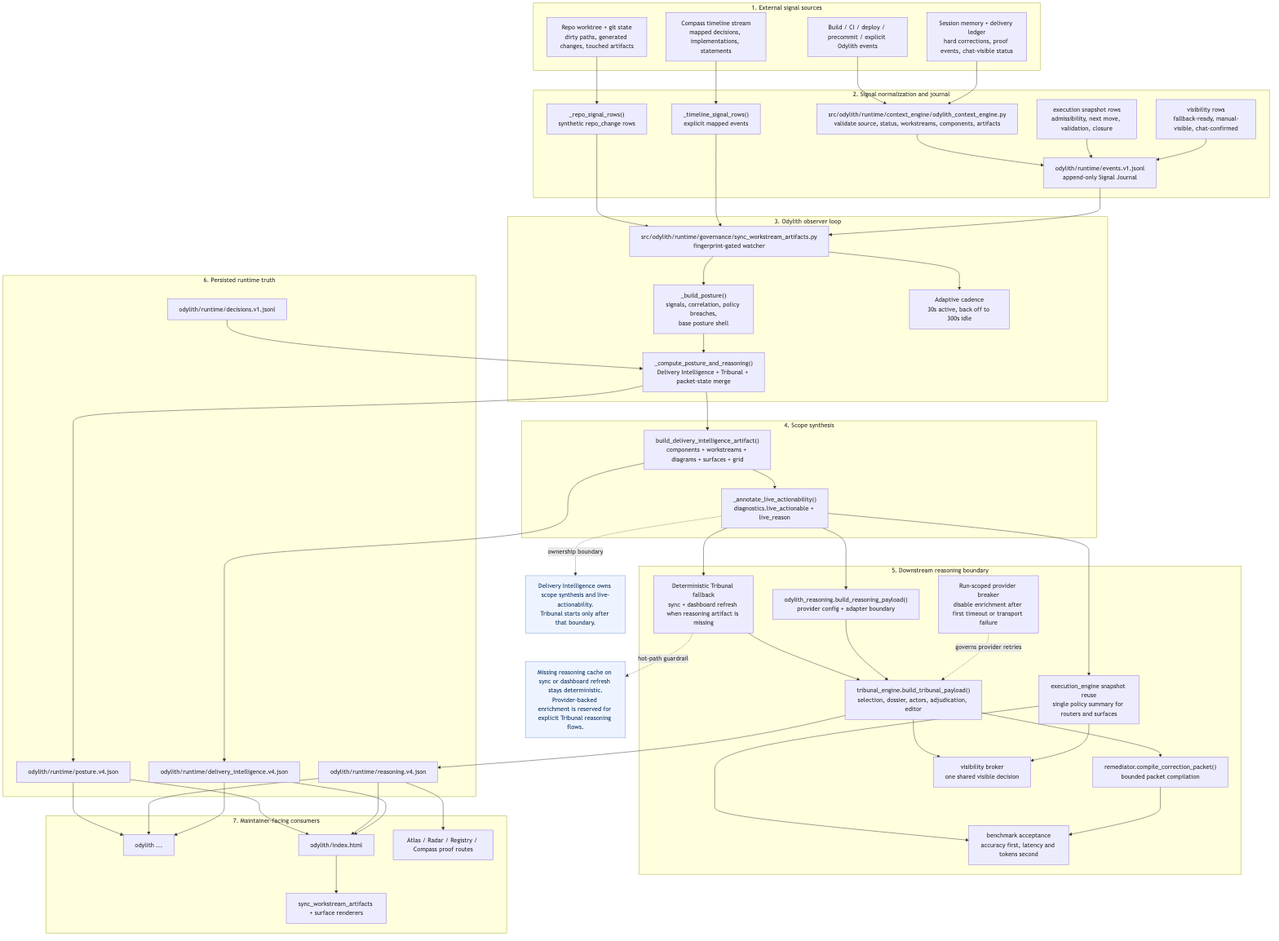
This is odylith/atlas/source/odylith-delivery-intelligence-signal-journal-and-observer-pipeline.png from odylith/odylith, a Mermaid export, as it was before one commit. Its source is kept beside it as odylith/atlas/source/odylith-delivery-intelligence-signal-journal-and-observer-pipeline.mmd.
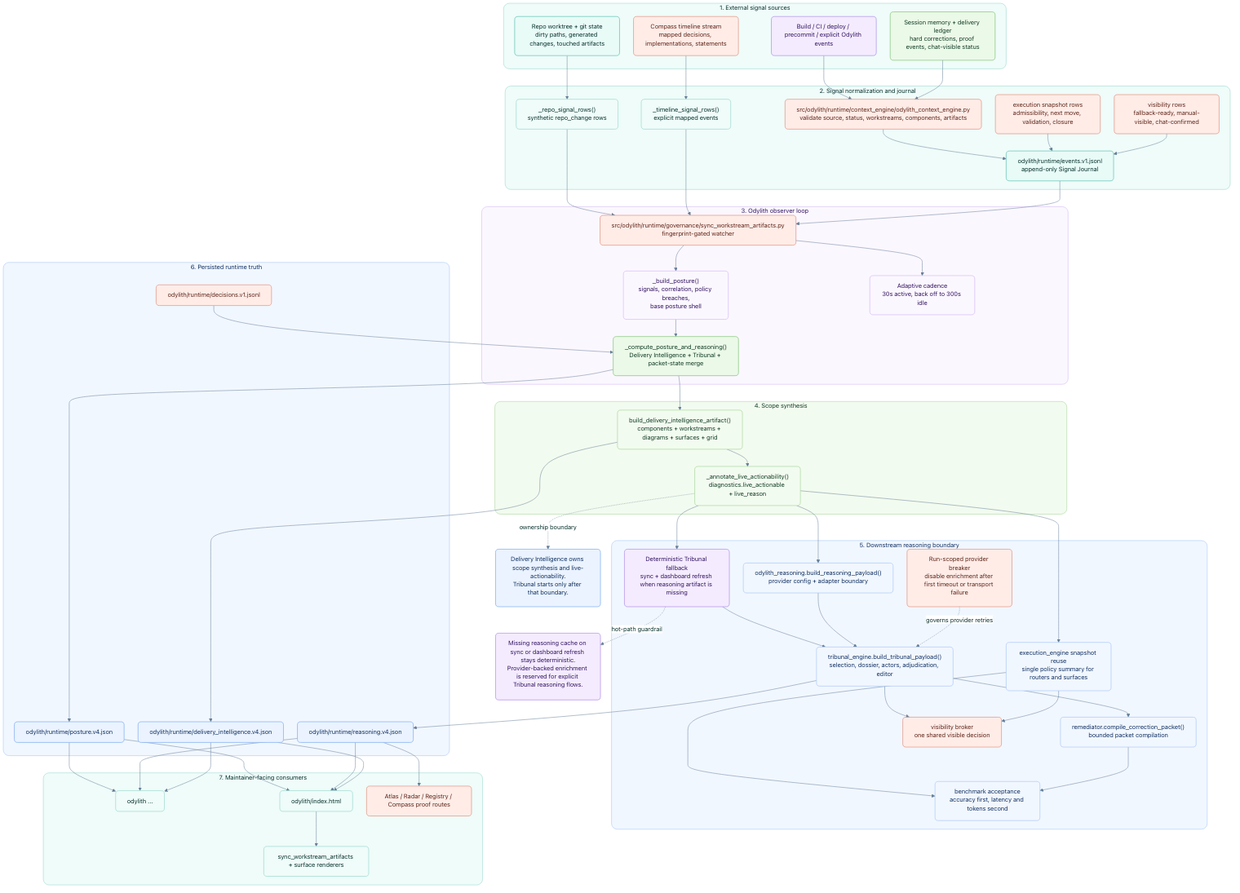
The same file after the commit.

Diff of the diagram source:
```diff
@@ -100,4 +100,4 @@
   Live -. ownership boundary .-> NoteA
   Fallback -. hot-path guardrail .-> NoteB
 
-  classDef note fill:#eef4ff,stroke:#7a9ad8,color:#163a63;
+  classDef note fill:#eaf3ff,stroke:#77a9ef,color:#102f5f;
```
